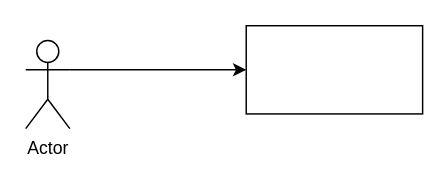
Earlier version of the draw.io diagram 未命名绘图.drawio (resp-200/drowio). Source tidied: cells renumbered, new cells numbered last; positions are measured from the earlier drawing's top-left corner, leaving out a move shared by most shapes. Both pictures are drawn from the tidied source at 147%, with x=0, y=0 at pixel (25, 25).
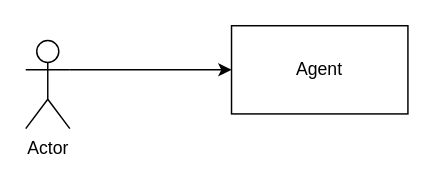
After the change.

Commit message (it also covers changes not shown here):
更新未命名绘图.drawio

Diff of the diagram source:
```diff
@@
 <mxGraphModel>
   <root>
     <mxCell id="0" />
     <mxCell id="1" parent="0" />
-    <mxCell id="2" style="rounded=0;whiteSpace=wrap;html=1;" parent="1" vertex="1">
-      <mxGeometry x="150" width="120" height="60" as="geometry" />
+    <mxCell id="2" value="Agent" style="rounded=0;whiteSpace=wrap;html=1;" parent="1" vertex="1">
+      <mxGeometry x="140" width="120" height="60" as="geometry" />
     </mxCell>
     <mxCell id="3" style="edgeStyle=orthogonalEdgeStyle;rounded=0;jettySize=auto;html=1;exitX=1;exitY=0.3333333333333333;exitDx=0;exitDy=0;exitPerimeter=0;" parent="1" edge="1" source="4" target="2">
       <mxGeometry relative="1" as="geometry" />
     </mxCell>
     <mxCell id="4" value="Actor" style="shape=umlActor;verticalLabelPosition=bottom;verticalAlign=top;html=1;outlineConnect=0;" parent="1" vertex="1">
       <mxGeometry y="10" width="30" height="60" as="geometry" />
     </mxCell>
   </root>
 </mxGraphModel>
```
